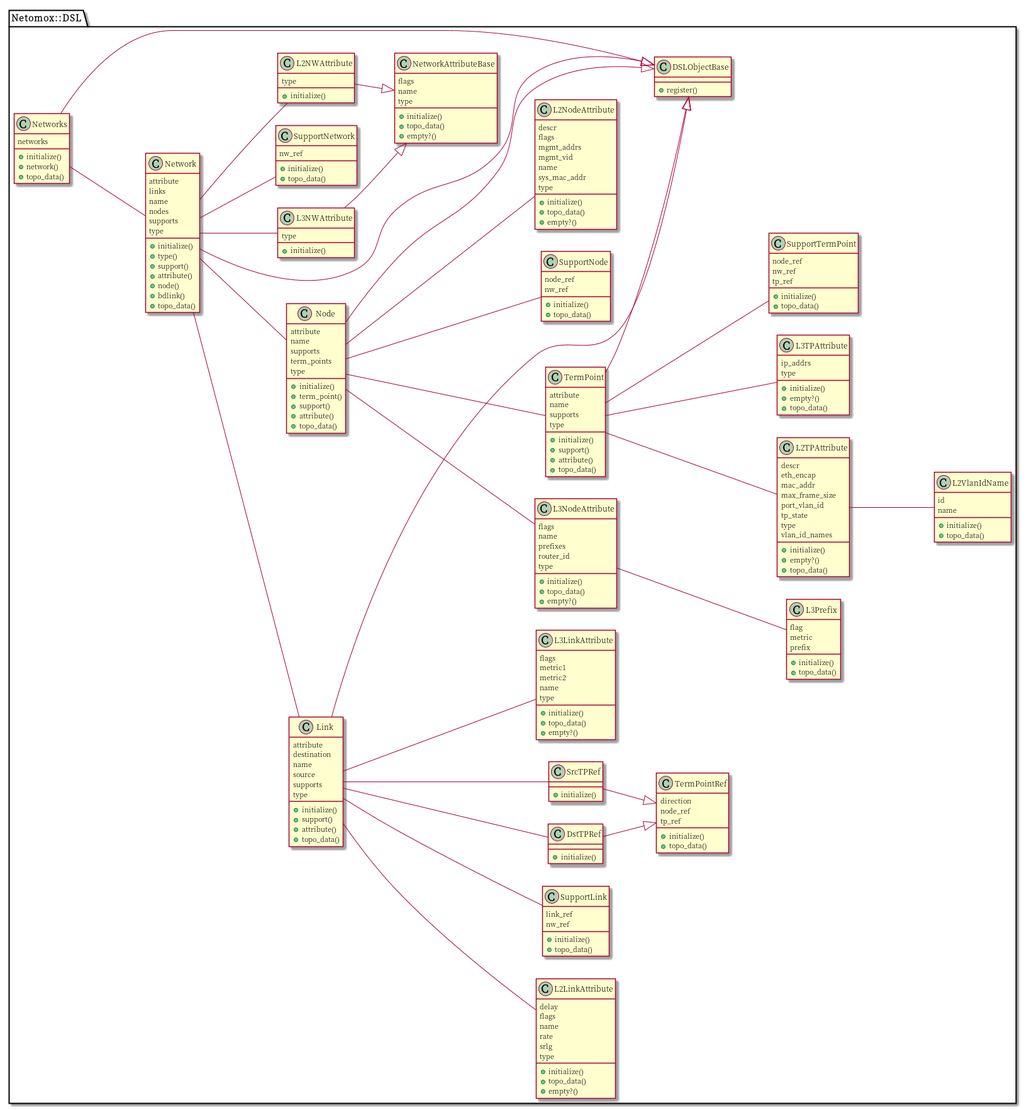
corestate55/netomox keeps this PlantUML diagram as fig/dsl.png. Above is the earlier version.
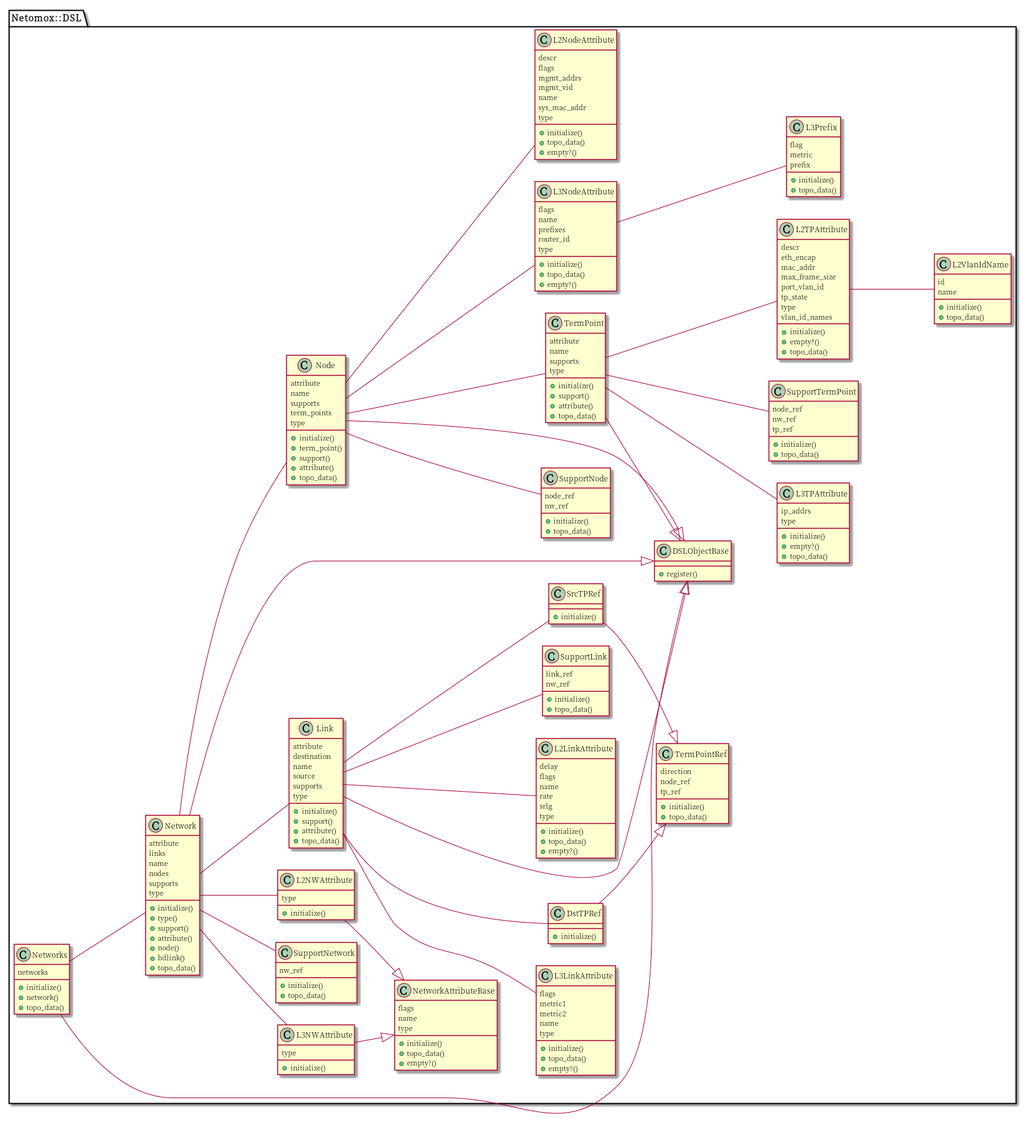
The same file after the commit.

The edit, as a diff of the source:
```diff
@@ -1,60 +1,6 @@
 @startuml
 left to right direction
 set namespaceSeparator ::
-class Netomox::DSL::DSLObjectBase {
-  +register()
-}
-class Netomox::DSL::L3Prefix {
-  +initialize()
-  +topo_data()
-  flag
-  metric
-  prefix
-}
-class Netomox::DSL::L3NodeAttribute {
-  +initialize()
-  +topo_data()
-  +empty?()
-  flags
-  name
-  prefixes
-  router_id
-  type
-}
-Netomox::DSL::L3NodeAttribute --- Netomox::DSL::L3Prefix
-class Netomox::DSL::L2NodeAttribute {
-  +initialize()
-  +topo_data()
-  +empty?()
-  descr
-  flags
-  mgmt_addrs
-  mgmt_vid
-  name
-  sys_mac_addr
-  type
-}
-class Netomox::DSL::L3LinkAttribute {
-  +initialize()
-  +topo_data()
-  +empty?()
-  flags
-  metric1
-  metric2
-  name
-  type
-}
-class Netomox::DSL::L2LinkAttribute {
-  +initialize()
-  +topo_data()
-  +empty?()
-  delay
-  flags
-  name
-  rate
-  srlg
-  type
-}
 class Netomox::DSL::Networks {
   +initialize()
   +network()
@@ -63,55 +9,6 @@
 }
 Netomox::DSL::Networks --|> Netomox::DSL::DSLObjectBase
 Netomox::DSL::Networks --- Netomox::DSL::Network
-class Netomox::DSL::SupportNode {
-  +initialize()
-  +topo_data()
-  node_ref
-  nw_ref
-}
-class Netomox::DSL::Node {
-  +initialize()
-  +term_point()
-  +support()
-  +attribute()
-  +topo_data()
-  attribute
-  name
-  supports
-  term_points
-  type
-}
-Netomox::DSL::Node --|> Netomox::DSL::DSLObjectBase
-Netomox::DSL::Node --- Netomox::DSL::L2NodeAttribute
-Netomox::DSL::Node --- Netomox::DSL::L3NodeAttribute
-Netomox::DSL::Node --- Netomox::DSL::SupportNode
-Netomox::DSL::Node --- Netomox::DSL::TermPoint
-class Netomox::DSL::SupportNetwork {
-  +initialize()
-  +topo_data()
-  nw_ref
-}
-class Netomox::DSL::Network {
-  +initialize()
-  +type()
-  +support()
-  +attribute()
-  +node()
-  +bdlink()
-  +topo_data()
-  attribute
-  links
-  name
-  nodes
-  supports
-  type
-}
-Netomox::DSL::Network --|> Netomox::DSL::DSLObjectBase
-Netomox::DSL::Network --- Netomox::DSL::L2NWAttribute
-Netomox::DSL::Network --- Netomox::DSL::L3NWAttribute
-Netomox::DSL::Network --- Netomox::DSL::Link
-Netomox::DSL::Network --- Netomox::DSL::Node
-Netomox::DSL::Network --- Netomox::DSL::SupportNetwork
 class Netomox::DSL::L2VlanIdName {
   +initialize()
   +topo_data()
@@ -139,27 +36,71 @@
   ip_addrs
   type
 }
-class Netomox::DSL::SupportTermPoint {
+class Netomox::DSL::L3LinkAttribute {
+  +initialize()
+  +topo_data()
+  +empty?()
+  flags
+  metric1
+  metric2
+  name
+  type
+}
+class Netomox::DSL::L2LinkAttribute {
+  +initialize()
+  +topo_data()
+  +empty?()
+  delay
+  flags
+  name
+  rate
+  srlg
+  type
+}
+class Netomox::DSL::SupportNode {
   +initialize()
   +topo_data()
   node_ref
   nw_ref
-  tp_ref
 }
-class Netomox::DSL::TermPoint {
+class Netomox::DSL::Node {
   +initialize()
+  +term_point()
   +support()
   +attribute()
   +topo_data()
   attribute
   name
   supports
+  term_points
   type
 }
-Netomox::DSL::TermPoint --|> Netomox::DSL::DSLObjectBase
-Netomox::DSL::TermPoint --- Netomox::DSL::L2TPAttribute
-Netomox::DSL::TermPoint --- Netomox::DSL::L3TPAttribute
-Netomox::DSL::TermPoint --- Netomox::DSL::SupportTermPoint
+Netomox::DSL::Node --|> Netomox::DSL::DSLObjectBase
+Netomox::DSL::Node --- Netomox::DSL::L2NodeAttribute
+Netomox::DSL::Node --- Netomox::DSL::L3NodeAttribute
+Netomox::DSL::Node --- Netomox::DSL::SupportNode
+Netomox::DSL::Node --- Netomox::DSL::TermPoint
+class Netomox::DSL::NetworkAttributeBase {
+  +initialize()
+  +topo_data()
+  +empty?()
+  flags
+  name
+  type
+}
+class Netomox::DSL::L3NWAttribute {
+  +initialize()
+  type
+}
+Netomox::DSL::L3NWAttribute --|> Netomox::DSL::NetworkAttributeBase
+class Netomox::DSL::L2NWAttribute {
+  +initialize()
+  type
+}
+Netomox::DSL::L2NWAttribute --|> Netomox::DSL::NetworkAttributeBase
+class Netomox::DSL::DSLObjectBase {
+  +register()
+}
 class Netomox::DSL::SupportLink {
   +initialize()
   +topo_data()
@@ -199,22 +140,81 @@
 Netomox::DSL::Link --- Netomox::DSL::L3LinkAttribute
 Netomox::DSL::Link --- Netomox::DSL::SrcTPRef
 Netomox::DSL::Link --- Netomox::DSL::SupportLink
-class Netomox::DSL::NetworkAttributeBase {
+class Netomox::DSL::SupportTermPoint {
+  +initialize()
+  +topo_data()
+  node_ref
+  nw_ref
+  tp_ref
+}
+class Netomox::DSL::TermPoint {
+  +initialize()
+  +support()
+  +attribute()
+  +topo_data()
+  attribute
+  name
+  supports
+  type
+}
+Netomox::DSL::TermPoint --|> Netomox::DSL::DSLObjectBase
+Netomox::DSL::TermPoint --- Netomox::DSL::L2TPAttribute
+Netomox::DSL::TermPoint --- Netomox::DSL::L3TPAttribute
+Netomox::DSL::TermPoint --- Netomox::DSL::SupportTermPoint
+class Netomox::DSL::SupportNetwork {
+  +initialize()
+  +topo_data()
+  nw_ref
+}
+class Netomox::DSL::Network {
+  +initialize()
+  +type()
+  +support()
+  +attribute()
+  +node()
+  +bdlink()
+  +topo_data()
+  attribute
+  links
+  name
+  nodes
+  supports
+  type
+}
+Netomox::DSL::Network --|> Netomox::DSL::DSLObjectBase
+Netomox::DSL::Network --- Netomox::DSL::L2NWAttribute
+Netomox::DSL::Network --- Netomox::DSL::L3NWAttribute
+Netomox::DSL::Network --- Netomox::DSL::Link
+Netomox::DSL::Network --- Netomox::DSL::Node
+Netomox::DSL::Network --- Netomox::DSL::SupportNetwork
+class Netomox::DSL::L3Prefix {
+  +initialize()
+  +topo_data()
+  flag
+  metric
+  prefix
+}
+class Netomox::DSL::L3NodeAttribute {
   +initialize()
   +topo_data()
   +empty?()
   flags
   name
+  prefixes
+  router_id
   type
 }
-class Netomox::DSL::L3NWAttribute {
+Netomox::DSL::L3NodeAttribute --- Netomox::DSL::L3Prefix
+class Netomox::DSL::L2NodeAttribute {
   +initialize()
+  +topo_data()
+  +empty?()
+  descr
+  flags
+  mgmt_addrs
+  mgmt_vid
+  name
+  sys_mac_addr
   type
 }
-Netomox::DSL::L3NWAttribute --|> Netomox::DSL::NetworkAttributeBase
-class Netomox::DSL::L2NWAttribute {
-  +initialize()
-  type
-}
-Netomox::DSL::L2NWAttribute --|> Netomox::DSL::NetworkAttributeBase
 @enduml
```
